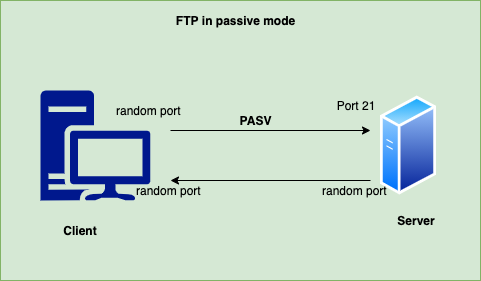
Before: static/img/PASV.png, a diagram exported from draw.io (99-devops/99devops_web). Source tidied: cells renumbered, new cells last; positions are measured from the earlier drawing's top-left corner, leaving out a move shared by most shapes. Its diagram source:
```xml
<mxGraphModel>
  <root>
    <mxCell id="0" />
    <mxCell id="1" parent="0" />
    <mxCell id="2" style="rounded=0;whiteSpace=wrap;html=1;fillColor=#d5e8d4;strokeColor=#82b366;" parent="1" vertex="1">
      <mxGeometry width="480" height="280" as="geometry" />
    </mxCell>
    <mxCell id="3" style="shadow=0;dashed=0;html=1;strokeColor=none;labelPosition=center;verticalLabelPosition=bottom;verticalAlign=top;align=center;fillColor=#00188D;shape=mxgraph.mscae.enterprise.workstation_client;" parent="1" vertex="1">
      <mxGeometry x="40" y="90" width="110" height="110" as="geometry" />
    </mxCell>
    <mxCell id="4" style="perimeter=ellipsePerimeter;html=1;align=center;shadow=0;dashed=0;spacingTop=3;image;image=img/lib/active_directory/generic_server.svg;" parent="1" vertex="1">
      <mxGeometry x="380" y="95" width="56" height="100" as="geometry" />
    </mxCell>
    <mxCell id="5" style="endArrow=classic;html=1;" parent="1" edge="1">
      <mxGeometry relative="1" as="geometry">
        <mxPoint x="170" y="130" as="sourcePoint" />
        <mxPoint x="370" y="130" as="targetPoint" />
      </mxGeometry>
    </mxCell>
    <mxCell id="6" style="endArrow=none;html=1;endFill=0;startArrow=classic;startFill=1;" parent="1" edge="1">
      <mxGeometry relative="1" as="geometry">
        <mxPoint x="170" y="180" as="sourcePoint" />
        <mxPoint x="370" y="180" as="targetPoint" />
      </mxGeometry>
    </mxCell>
    <mxCell id="7" value="&lt;b&gt;Client&lt;/b&gt;" style="text;html=1;strokeColor=none;fillColor=none;align=center;verticalAlign=middle;whiteSpace=wrap;rounded=0;" parent="1" vertex="1">
      <mxGeometry x="60" y="220" width="40" height="20" as="geometry" />
    </mxCell>
    <mxCell id="8" value="&lt;b&gt;Server&lt;/b&gt;" style="text;html=1;strokeColor=none;fillColor=none;align=center;verticalAlign=middle;whiteSpace=wrap;rounded=0;" parent="1" vertex="1">
      <mxGeometry x="396" y="210" width="40" height="20" as="geometry" />
    </mxCell>
    <mxCell id="9" value="random port&amp;nbsp;" style="text;html=1;strokeColor=none;fillColor=none;align=center;verticalAlign=middle;whiteSpace=wrap;rounded=0;" parent="1" vertex="1">
      <mxGeometry x="110" y="100" width="80" height="20" as="geometry" />
    </mxCell>
    <mxCell id="10" value="Port 21" style="text;html=1;strokeColor=none;fillColor=none;align=center;verticalAlign=middle;whiteSpace=wrap;rounded=0;" parent="1" vertex="1">
      <mxGeometry x="316" y="95" width="80" height="20" as="geometry" />
    </mxCell>
    <mxCell id="11" value="&lt;b&gt;PASV&lt;/b&gt;" style="text;html=1;align=center;verticalAlign=middle;strokeColor=none;" parent="1" vertex="1">
      <mxGeometry x="230" y="110" width="50" height="20" as="geometry" />
    </mxCell>
    <mxCell id="12" value="random port&amp;nbsp;" style="text;html=1;strokeColor=none;fillColor=none;align=center;verticalAlign=middle;whiteSpace=wrap;rounded=0;" parent="1" vertex="1">
      <mxGeometry x="130" y="180" width="80" height="20" as="geometry" />
    </mxCell>
    <mxCell id="13" value="random port&amp;nbsp;" style="text;html=1;strokeColor=none;fillColor=none;align=center;verticalAlign=middle;whiteSpace=wrap;rounded=0;" parent="1" vertex="1">
      <mxGeometry x="316" y="180" width="80" height="20" as="geometry" />
    </mxCell>
    <mxCell id="14" value="&lt;b&gt;FTP in passive mode&lt;/b&gt;" style="text;html=1;align=center;verticalAlign=middle;strokeColor=none;" parent="1" vertex="1">
      <mxGeometry x="170" y="10" width="130" height="20" as="geometry" />
    </mxCell>
  </root>
</mxGraphModel>
```
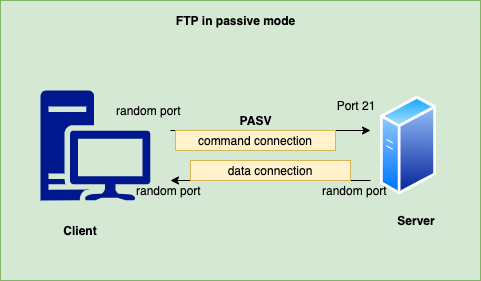
Later version of the same file.

What changed in the source:
```diff
@@ -47,5 +47,11 @@
     <mxCell id="14" value="&lt;b&gt;FTP in passive mode&lt;/b&gt;" style="text;html=1;align=center;verticalAlign=middle;strokeColor=none;" parent="1" vertex="1">
       <mxGeometry x="170" y="10" width="130" height="20" as="geometry" />
     </mxCell>
+    <mxCell id="15" value="command connection" style="text;html=1;strokeColor=#d6b656;fillColor=#fff2cc;align=center;verticalAlign=middle;whiteSpace=wrap;rounded=0;" parent="1" vertex="1">
+      <mxGeometry x="175" y="130" width="160" height="20" as="geometry" />
+    </mxCell>
+    <mxCell id="16" value="data connection" style="text;html=1;strokeColor=#d6b656;fillColor=#fff2cc;align=center;verticalAlign=middle;whiteSpace=wrap;rounded=0;" parent="1" vertex="1">
+      <mxGeometry x="190" y="160" width="160" height="20" as="geometry" />
+    </mxCell>
   </root>
 </mxGraphModel>
```
